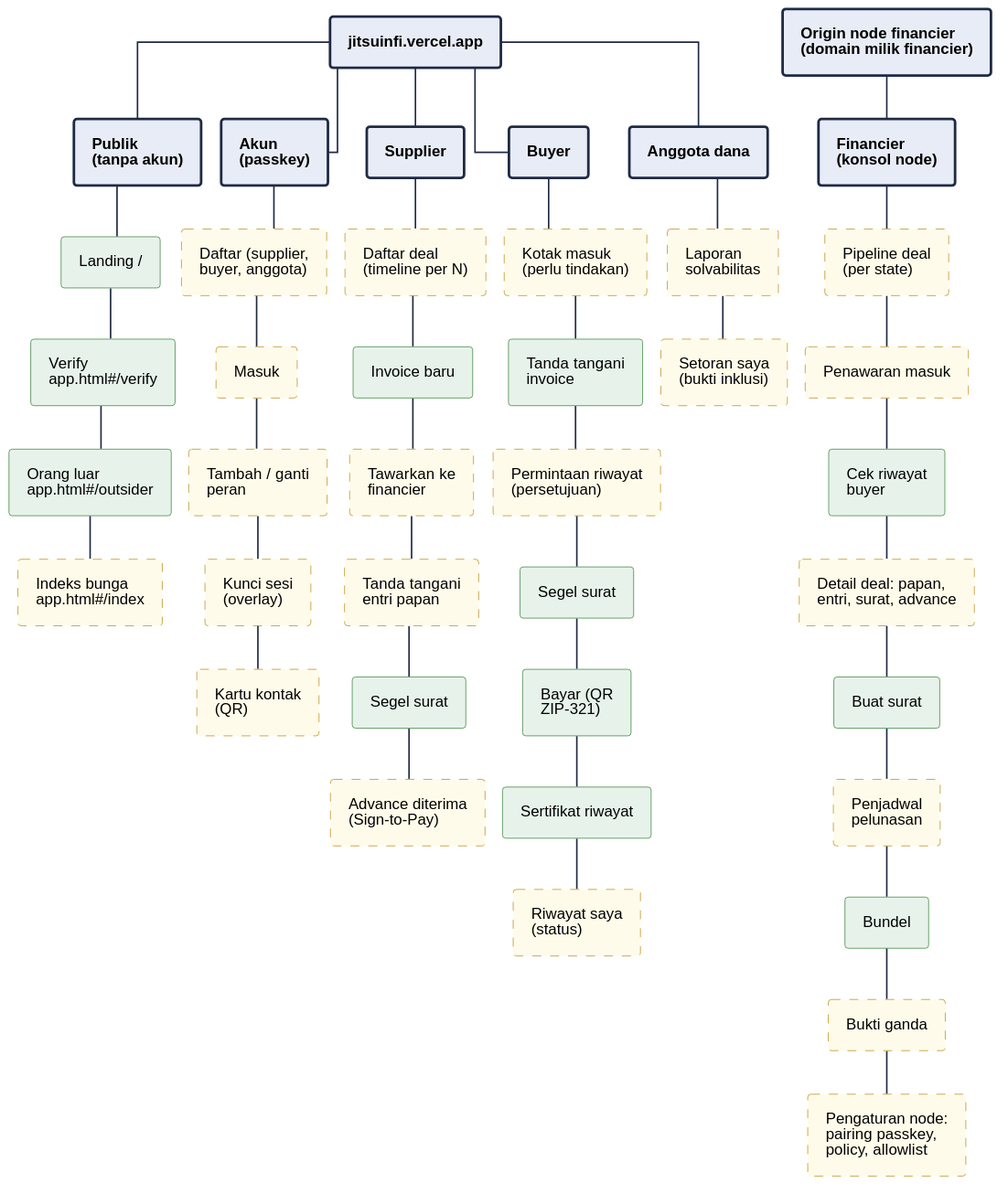
Before: 08-FlowDiagrams/assets/pg-01-pages.svg, a diagram exported from PlantUML (JitsuinFi/jitsuinfi-vault).
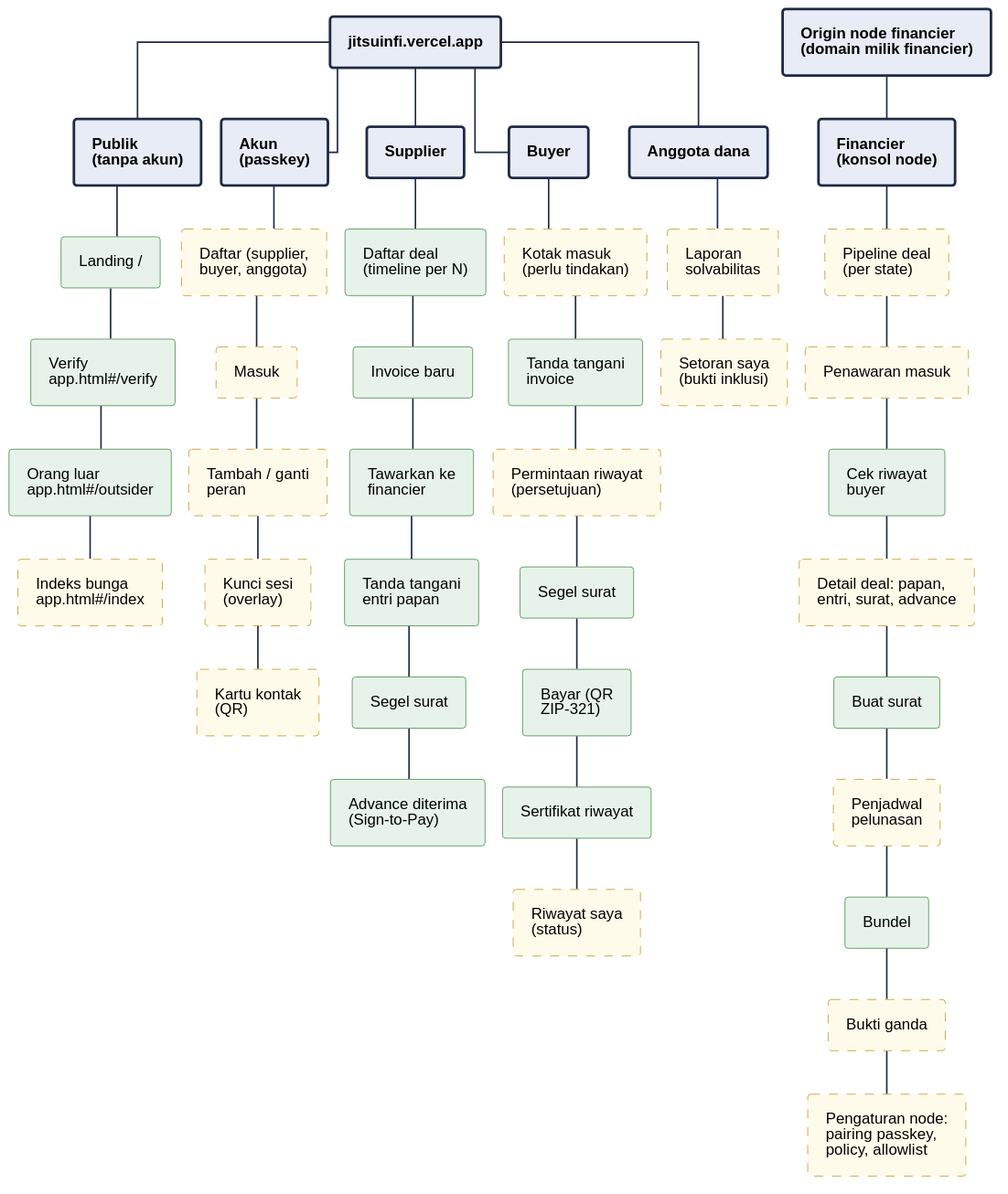
Later version of the same file.

What changed in the source:
```diff
@@ -49,12 +49,12 @@
 a2 -down- a3
 a3 -down- a4
 a4 -down- a5
-rectangle "Daftar deal\n(timeline per N)" <<new>> as s1
+rectangle "Daftar deal\n(timeline per N)" <<have>> as s1
 rectangle "Invoice baru" <<have>> as s2
-rectangle "Tawarkan ke\nfinancier" <<new>> as s3
-rectangle "Tanda tangani\nentri papan" <<new>> as s4
+rectangle "Tawarkan ke\nfinancier" <<have>> as s3
+rectangle "Tanda tangani\nentri papan" <<have>> as s4
 rectangle "Segel surat" <<have>> as s5
-rectangle "Advance diterima\n(Sign-to-Pay)" <<new>> as s6
+rectangle "Advance diterima\n(Sign-to-Pay)" <<have>> as s6
 SUP -down- s1
 s1 -down- s2
 s2 -down- s3
```
